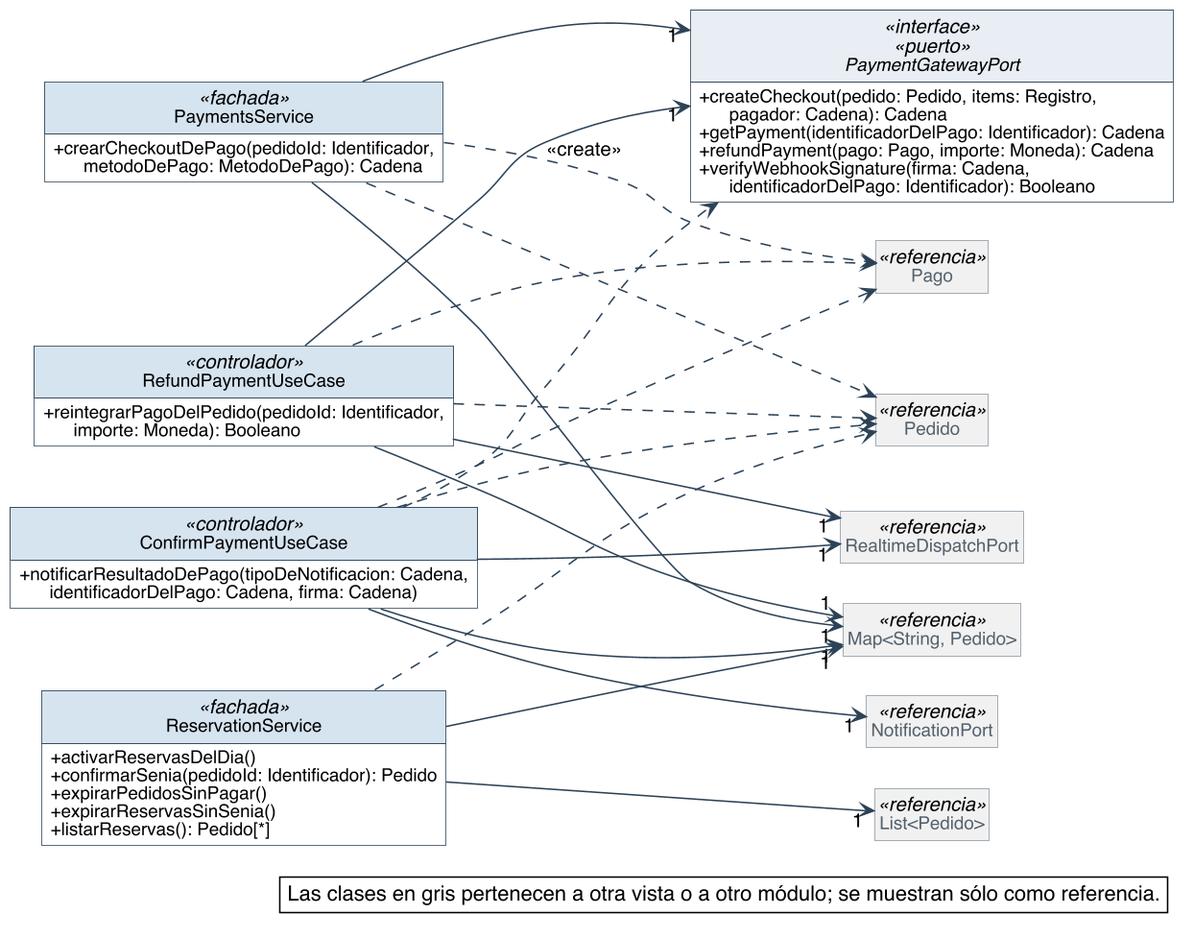
Earlier version of the PlantUML export diagramas/clases-diseno/DC_Mod_Pagos.png (Nahuelito-Dev/splg-docs).
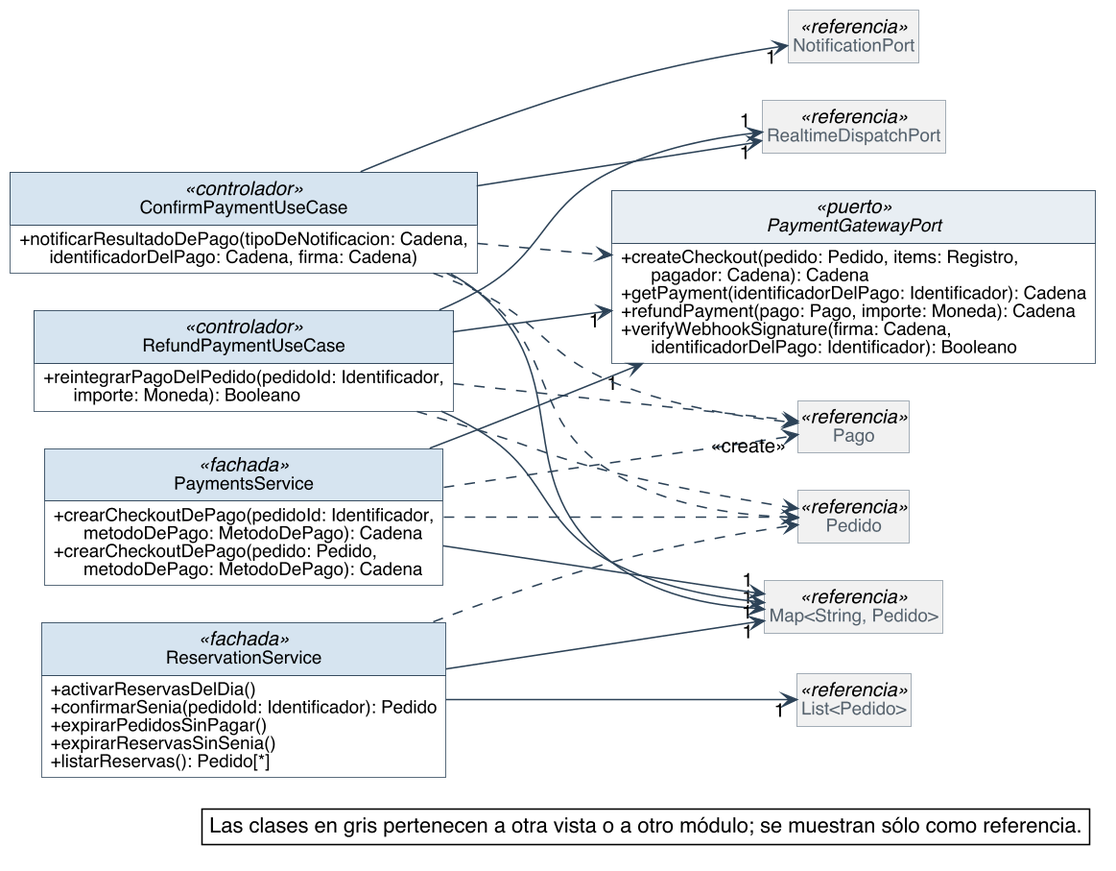
The same diagram one commit later.

The edit, as a diff of the source:
```diff
@@ -62,8 +62,9 @@
 skinparam ranksep 90
 class PaymentsService <<fachada>> {
   + crearCheckoutDePago(pedidoId: Identificador,\n      metodoDePago: MetodoDePago): Cadena
+  + crearCheckoutDePago(pedido: Pedido,\n      metodoDePago: MetodoDePago): Cadena
 }
-interface PaymentGatewayPort <<interface>> <<puerto>> {
+interface PaymentGatewayPort <<puerto>> {
   + createCheckout(pedido: Pedido, items: Registro,\n      pagador: Cadena): Cadena
   + getPayment(identificadorDelPago: Identificador): Cadena
   + refundPayment(pago: Pago, importe: Moneda): Cadena
@@ -86,8 +87,8 @@
 class NotificationPort <<referencia>>
 class RealtimeDispatchPort <<referencia>>
 class "List<Pedido>" as List_Pedido <<referencia>>
+class Pago <<referencia>>
 class Pedido <<referencia>>
-class Pago <<referencia>>
 
 ConfirmPaymentUseCase --> "1" Map_String_Pedido
 ConfirmPaymentUseCase --> "1" NotificationPort
@@ -102,7 +103,7 @@
 ConfirmPaymentUseCase ..> Pago
 ConfirmPaymentUseCase ..> PaymentGatewayPort
 ConfirmPaymentUseCase ..> Pedido
-PaymentsService ..> Pago : <<create>>
+PaymentsService ..> "<<create>>" Pago
 PaymentsService ..> Pedido
 RefundPaymentUseCase ..> Pago
 RefundPaymentUseCase ..> Pedido
```
